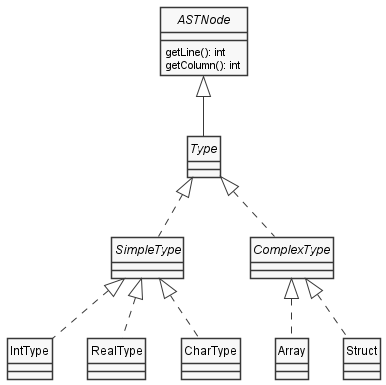
The PlantUML diagram docs/diagrams/Types.png in uo277516/dlp-compiler, before a commit. The source it was exported from:
```plantuml
@startuml Types
skinparam style strictuml
skinparam monochrome true

interface ASTNode {
    getLine(): int
    getColumn(): int
}

interface Type

ASTNode <|-- Type

interface SimpleType
interface ComplexType

class Array
class Struct

class IntType
class RealType
class CharType

Type <|.. SimpleType
Type <|.. ComplexType

ComplexType <|.. Array
ComplexType <|.. Struct

SimpleType <|.. IntType
SimpleType <|.. RealType
SimpleType <|.. CharType


@enduml
```
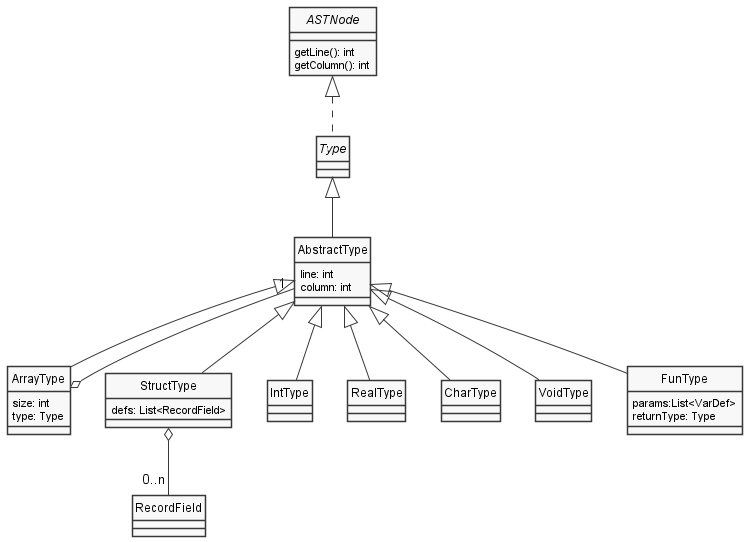
The same file after the commit.

Diff of the diagram source:
```diff
@@ -9,27 +9,43 @@
 
 interface Type
 
-ASTNode <|-- Type
+class AbstractType {
+    line: int
+    column: int
+}
 
-interface SimpleType
-interface ComplexType
+ASTNode <|.. Type
 
-class Array
-class Struct
+ArrayType o-- "1" AbstractType
+StructType o-- "0..n" RecordField
+
+class ArrayType {
+size: int
+    type: Type
+}
+class StructType {
+    defs: List<RecordField>
+}
 
 class IntType
 class RealType
 class CharType
+class VoidType
+class FunType {
+    params:List<VarDef>
+    returnType: Type
+}
 
-Type <|.. SimpleType
-Type <|.. ComplexType
+Type <|-- AbstractType
 
-ComplexType <|.. Array
-ComplexType <|.. Struct
+AbstractType <|-- ArrayType
+AbstractType <|-- StructType
+AbstractType <|-- FunType
 
-SimpleType <|.. IntType
-SimpleType <|.. RealType
-SimpleType <|.. CharType
+AbstractType <|-- IntType
+AbstractType <|-- RealType
+AbstractType <|-- CharType
+AbstractType <|-- VoidType
 
 
 @enduml
```
